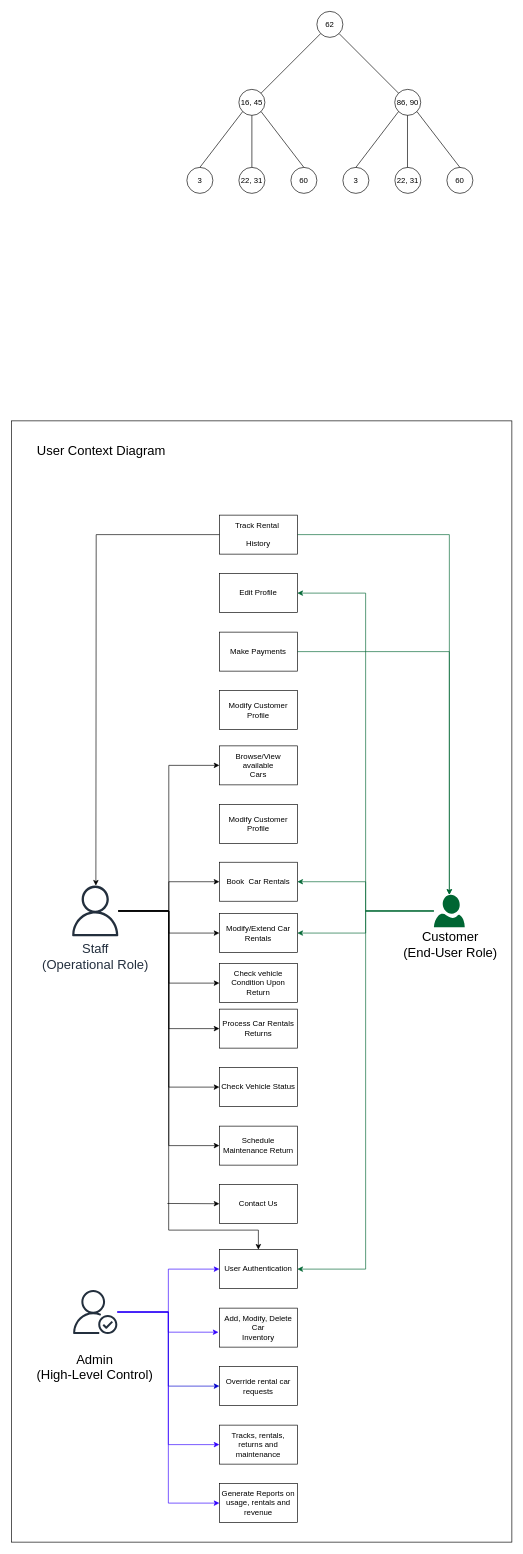
This is Resources/Requirements & Specifications/User Context Diagram.drawio from rukky0123/COSC3506-001XE, a draw.io file, before an edit. Source tidied: cells renumbered, new cells numbered last; positions are measured from the earlier drawing's top-left corner, leaving out a move shared by most shapes. Both pictures are drawn from the tidied source at 65%, with x=0, y=0 at pixel (11, 11).
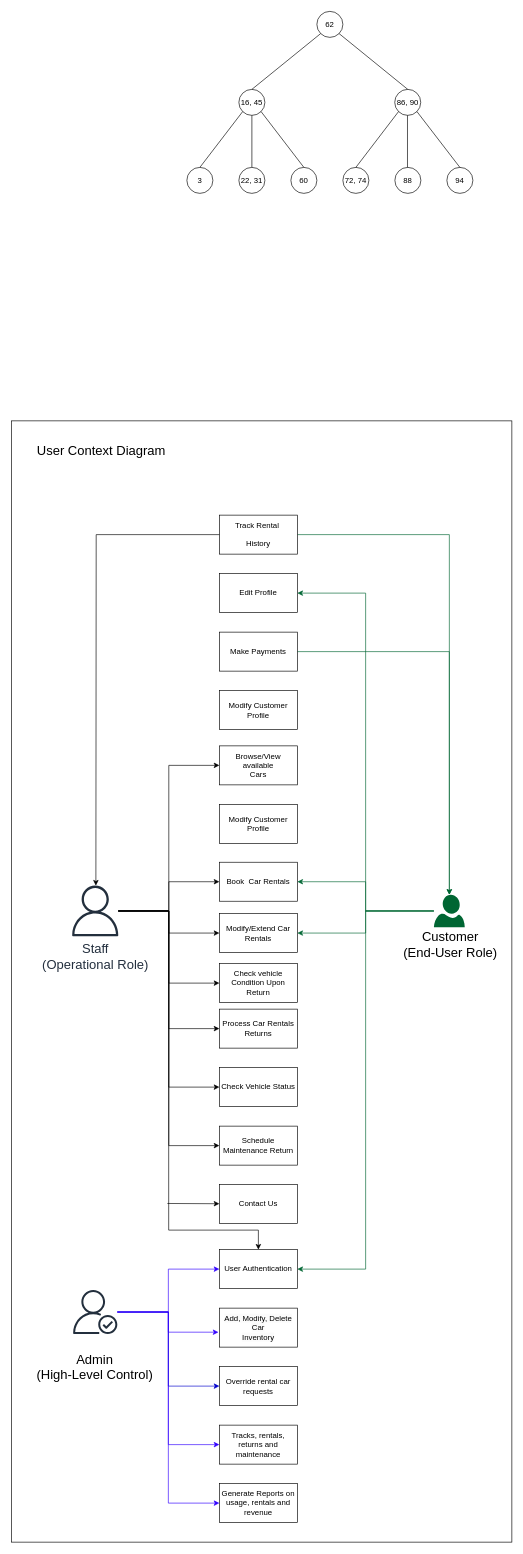
Above is the later version.

The change refers to these unchanged cells:
```xml
<mxCell id="48" value="62" style="ellipse;whiteSpace=wrap;html=1;" parent="1" vertex="1">
  <mxGeometry x="470" width="40" height="40" as="geometry" />
</mxCell>
<mxCell id="49" value="16, 45" style="ellipse;whiteSpace=wrap;html=1;" parent="1" vertex="1">
  <mxGeometry x="350" y="120" width="40" height="40" as="geometry" />
</mxCell>
<mxCell id="50" value="86, 90" style="ellipse;whiteSpace=wrap;html=1;" parent="1" vertex="1">
  <mxGeometry x="589.8" y="120" width="40" height="40" as="geometry" />
</mxCell>
```

Diff of the diagram source:
```diff
@@
-    <mxCell id="51" style="endArrow=none;html=1;rounded=0;exitX=1;exitY=0;exitDx=0;exitDy=0;entryX=0;entryY=1;entryDx=0;entryDy=0;" parent="1" edge="1" source="49" target="48">
+    <mxCell id="51" style="endArrow=none;html=1;rounded=0;exitX=0.5;exitY=0;exitDx=0;exitDy=0;entryX=0;entryY=1;entryDx=0;entryDy=0;" parent="1" edge="1" source="49" target="48">
       <mxGeometry relative="1" as="geometry" />
     </mxCell>
-    <mxCell id="52" style="endArrow=none;html=1;rounded=0;exitX=0;exitY=0;exitDx=0;exitDy=0;entryX=1;entryY=1;entryDx=0;entryDy=0;" parent="1" edge="1" source="50" target="48">
+    <mxCell id="52" style="endArrow=none;html=1;rounded=0;exitX=0.5;exitY=0;exitDx=0;exitDy=0;entryX=1;entryY=1;entryDx=0;entryDy=0;" parent="1" edge="1" source="50" target="48">
       <mxGeometry relative="1" as="geometry" />
     </mxCell>
@@
-    <mxCell id="59" value="22, 31" style="ellipse;whiteSpace=wrap;html=1;" parent="1" vertex="1">
+    <mxCell id="59" value="88" style="ellipse;whiteSpace=wrap;html=1;" parent="1" vertex="1">
       <mxGeometry x="590" y="240" width="40" height="40" as="geometry" />
     </mxCell>
-    <mxCell id="60" value="3" style="ellipse;whiteSpace=wrap;html=1;" parent="1" vertex="1">
+    <mxCell id="60" value="72, 74" style="ellipse;whiteSpace=wrap;html=1;" parent="1" vertex="1">
       <mxGeometry x="510" y="240" width="40" height="40" as="geometry" />
     </mxCell>
-    <mxCell id="61" value="60" style="ellipse;whiteSpace=wrap;html=1;" parent="1" vertex="1">
+    <mxCell id="61" value="94" style="ellipse;whiteSpace=wrap;html=1;" parent="1" vertex="1">
       <mxGeometry x="670" y="240" width="40" height="40" as="geometry" />
     </mxCell>
```
